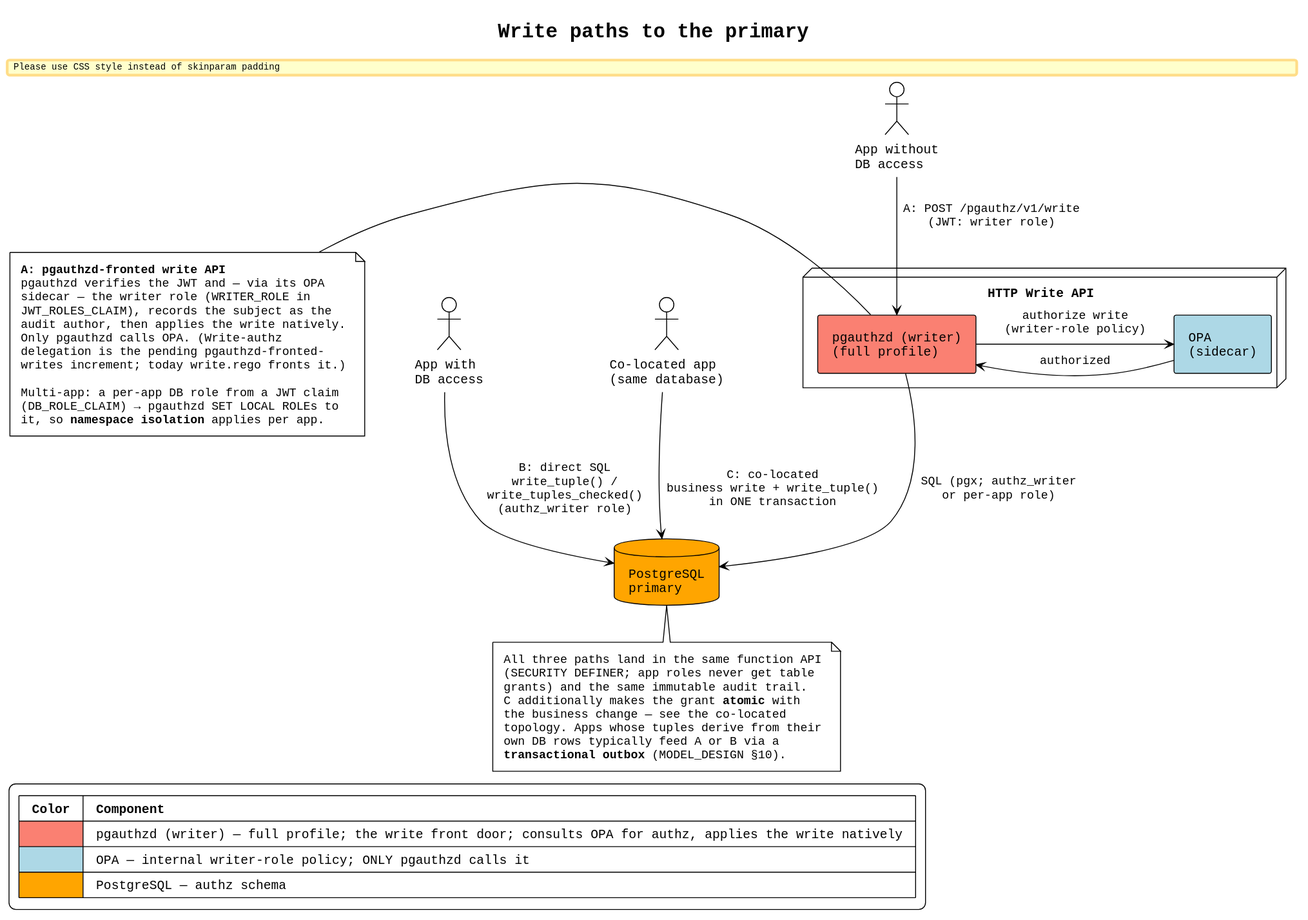
thomasdarimont/pgauthz keeps this PlantUML diagram as docs/architecture-write-api.svg. Above is the earlier version.
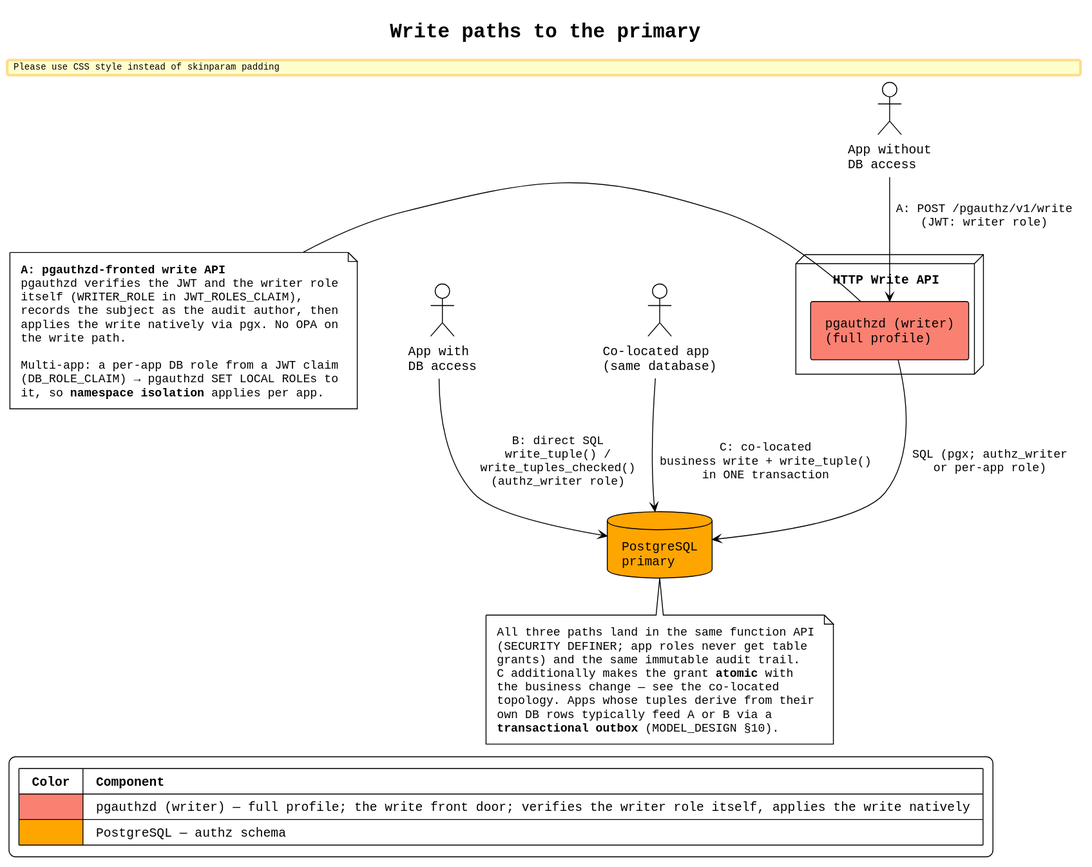
After the change.

Change to the diagram source:
```diff
@@ -15,13 +15,11 @@
 
 note as N1
   **A: pgauthzd-fronted write API**
-  pgauthzd verifies the JWT and — via its OPA
-  sidecar — the writer role (WRITER_ROLE in
-  JWT_ROLES_CLAIM), records the subject as the
-  audit author, then applies the write natively.
-  Only pgauthzd calls OPA. (Write-authz
-  delegation is the pending pgauthzd-fronted-
-  writes increment; today write.rego fronts it.)
+  pgauthzd verifies the JWT and the writer role
+  itself (WRITER_ROLE in JWT_ROLES_CLAIM),
+  records the subject as the audit author, then
+  applies the write natively via pgx. No OPA on
+  the write path.
 
   Multi-app: a per-app DB role from a JWT claim
   (DB_ROLE_CLAIM) → pgauthzd SET LOCAL ROLEs to
@@ -30,7 +28,6 @@
 
 node "HTTP Write API" as optA {
     component "pgauthzd (writer)\n(full profile)" as pgd #Salmon
-    component "OPA\n(sidecar)" as opa #LightBlue
 }
 
 database "PostgreSQL\nprimary" as pg #Orange
@@ -38,8 +35,6 @@
 N1 -right-> pgd
 
 appA -down-> pgd : "A: POST /pgauthz/v1/write\n(JWT: writer role)"
-pgd -right-> opa : "authorize write\n(writer-role policy)"
-opa -left-> pgd : "authorized"
 pgd -down-> pg : "SQL (pgx; authz_writer\nor per-app role)"
 
 appB -down-> pg : "B: direct SQL\nwrite_tuple() /\nwrite_tuples_checked()\n(authz_writer role)"
@@ -59,8 +54,7 @@
 
 legend bottom left
   |= Color |= Component |
-  | <#Salmon> | pgauthzd (writer) — full profile; the write front door; consults OPA for authz, applies the write natively |
-  | <#LightBlue> | OPA — internal writer-role policy; ONLY pgauthzd calls it |
+  | <#Salmon> | pgauthzd (writer) — full profile; the write front door; verifies the writer role itself, applies the write natively |
   | <#Orange> | PostgreSQL — authz schema |
 end legend
 @enduml
```
